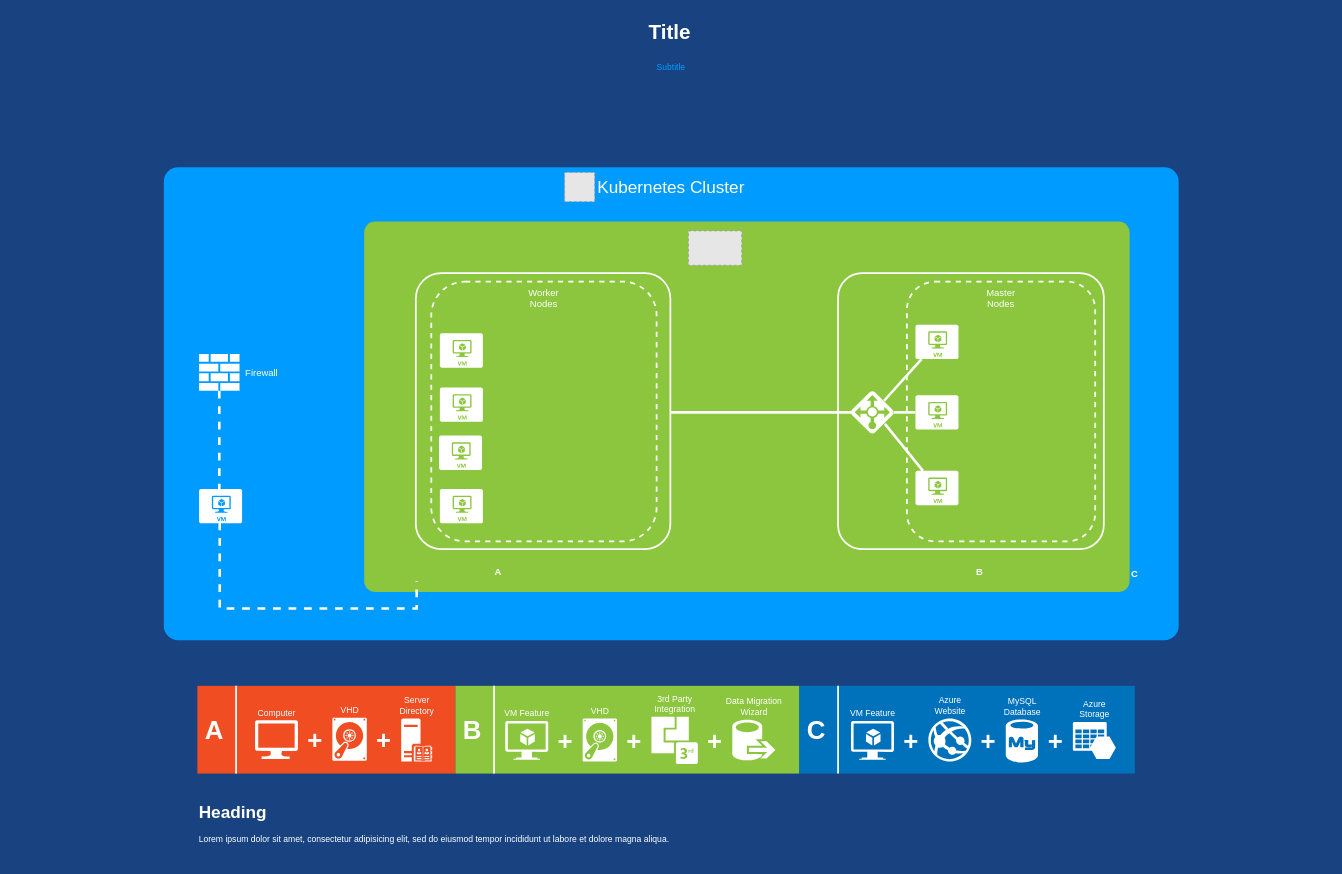
dionepcs/ghkskkdhsema keeps this draw.io diagram as Diagrama sem nome.drawio. Above is the earlier version. Source tidied: cells renumbered, new cells numbered last; positions are measured from the earlier drawing's top-left corner, leaving out a move shared by most shapes. Both pictures are drawn from the tidied source at 86%, with x=0, y=0 at pixel (15, 15). Pictures stored in the file or linked from it are replaced by grey dashed boxes.
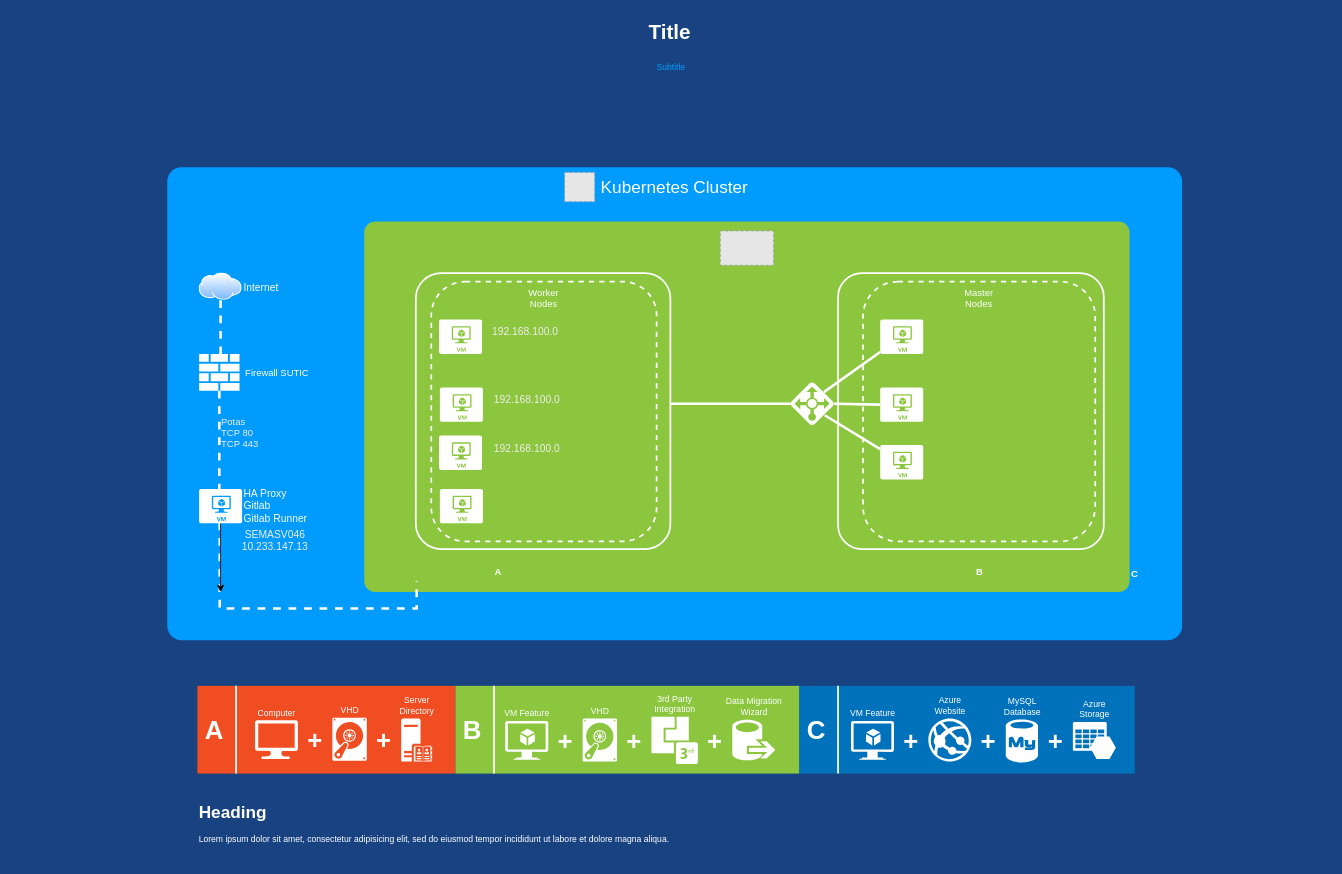
Above is the later version.

The change refers to these unchanged cells:
```xml
<mxCell id="14" style="edgeStyle=orthogonalEdgeStyle;html=1;startArrow=none;startFill=0;startSize=10;endArrow=none;endFill=0;endSize=10;strokeWidth=3;fontSize=11;fontColor=#FFFFFF;strokeColor=#FFFFFF;dashed=1;rounded=0;entryX=0.47;entryY=0.25;entryDx=0;entryDy=0;entryPerimeter=0;" parent="1" edge="1" source="15" target="51">
  <mxGeometry relative="1" as="geometry" />
</mxCell>
```

What changed in the source:
```diff
@@
     <mxCell id="2" value="Kubernetes Cluster" style="whiteSpace=wrap;html=1;rounded=1;shadow=0;strokeColor=none;strokeWidth=2;fillColor=#009BFF;fontSize=20;fontColor=#FFFFFF;align=center;arcSize=3;verticalAlign=top;spacingTop=4;" parent="1" vertex="1">
-      <mxGeometry x="173" y="177" width="1180" height="550" as="geometry" />
+      <mxGeometry x="177" y="177" width="1180" height="550" as="geometry" />
     </mxCell>
@@
     <mxCell id="6" value="&lt;span&gt;Master&lt;br&gt;Nodes&lt;br&gt;&lt;/span&gt;" style="rounded=1;whiteSpace=wrap;html=1;shadow=0;strokeWidth=2;fillColor=none;fontSize=11;fontColor=#FFFFFF;align=center;strokeColor=#FFFFFF;dashed=1;verticalAlign=top;" parent="1" vertex="1">
-      <mxGeometry x="1037" y="310" width="219" height="302" as="geometry" />
+      <mxGeometry x="986" y="310" width="270" height="302" as="geometry" />
     </mxCell>
@@
     <mxCell id="10" style="shadow=0;dashed=0;html=1;strokeColor=none;labelPosition=center;verticalLabelPosition=bottom;verticalAlign=top;shape=mxgraph.mscae.cloud.azure_load_balancer_feature;fillColor=#FFFFFF;rounded=1;fontSize=12;fontColor=#000000;align=center;" parent="1" vertex="1">
-      <mxGeometry x="972" y="437" width="50" height="50" as="geometry" />
+      <mxGeometry x="902" y="427" width="50" height="50" as="geometry" />
     </mxCell>
-    <mxCell id="11" style="verticalLabelPosition=bottom;html=1;verticalAlign=top;strokeColor=none;fillColor=#FFFFFF;shape=mxgraph.azure.virtual_machine;rounded=1;shadow=0;fontSize=12;fontColor=#000000;align=center;" parent="1" vertex="1">
-      <mxGeometry x="1047" y="360" width="50" height="40" as="geometry" />
+    <mxCell id="11" value="&lt;div style=&quot;&quot;&gt;&lt;br&gt;&lt;/div&gt;" style="verticalLabelPosition=bottom;html=1;verticalAlign=top;strokeColor=none;fillColor=#FFFFFF;shape=mxgraph.azure.virtual_machine;rounded=1;shadow=0;fontSize=12;fontColor=#000000;align=center;" parent="1" vertex="1">
+      <mxGeometry x="1006" y="354" width="50" height="40" as="geometry" />
     </mxCell>
     <mxCell id="12" style="verticalLabelPosition=bottom;html=1;verticalAlign=top;strokeColor=none;fillColor=#FFFFFF;shape=mxgraph.azure.virtual_machine;rounded=1;shadow=0;fontSize=12;fontColor=#000000;align=center;" parent="1" vertex="1">
-      <mxGeometry x="1047" y="442" width="50" height="40" as="geometry" />
+      <mxGeometry x="1006" y="433" width="50" height="40" as="geometry" />
     </mxCell>
     <mxCell id="13" style="verticalLabelPosition=bottom;html=1;verticalAlign=top;strokeColor=none;fillColor=#FFFFFF;shape=mxgraph.azure.virtual_machine;rounded=1;shadow=0;fontSize=12;fontColor=#000000;align=center;" parent="1" vertex="1">
-      <mxGeometry x="1047" y="530" width="50" height="40" as="geometry" />
+      <mxGeometry x="1006" y="500" width="50" height="40" as="geometry" />
     </mxCell>
@@
+    <mxCell id="60" value="Potas&lt;br&gt;TCP 80&lt;br&gt;TCP 443" style="edgeLabel;html=1;align=left;verticalAlign=middle;labelBackgroundColor=none;fontColor=#f3eded;labelPosition=right;verticalLabelPosition=middle;" parent="14" vertex="1">
+      <mxGeometry x="-0.23" relative="1" as="geometry" />
+    </mxCell>
-    <mxCell id="15" value="Firewall" style="shadow=0;dashed=0;html=1;strokeColor=none;labelPosition=right;verticalLabelPosition=middle;verticalAlign=middle;shape=mxgraph.office.concepts.firewall;fillColor=#FFFFFF;rounded=1;fontSize=11;fontColor=#FFFFFF;align=left;spacingLeft=5;" parent="1" vertex="1">
+    <mxCell id="15" value="Firewall SUTIC" style="shadow=0;dashed=0;html=1;strokeColor=none;labelPosition=right;verticalLabelPosition=middle;verticalAlign=middle;shape=mxgraph.office.concepts.firewall;fillColor=#FFFFFF;rounded=1;fontSize=11;fontColor=#FFFFFF;align=left;spacingLeft=5;" parent="1" vertex="1">
       <mxGeometry x="214" y="394" width="47" height="43" as="geometry" />
     </mxCell>
@@
+    <mxCell id="61" style="edgeStyle=orthogonalEdgeStyle;rounded=0;jettySize=auto;html=1;fontColor=#f3eded;" parent="1" edge="1" source="51">
+      <mxGeometry relative="1" as="geometry">
+        <mxPoint x="239" y="671" as="targetPoint" />
+      </mxGeometry>
+    </mxCell>
-    <mxCell id="51" style="verticalLabelPosition=bottom;html=1;verticalAlign=top;strokeColor=none;fillColor=#FFFFFF;shape=mxgraph.azure.virtual_machine;rounded=1;shadow=0;fontSize=12;fontColor=#000000;align=center;" parent="1" vertex="1">
+    <mxCell id="51" value="&lt;font color=&quot;#fcfcfc&quot;&gt;HA Proxy&lt;br&gt;Gitlab&lt;br&gt;Gitlab Runner&lt;br&gt;&lt;/font&gt;" style="verticalLabelPosition=middle;html=1;verticalAlign=middle;strokeColor=none;fillColor=#FFFFFF;shape=mxgraph.azure.virtual_machine;rounded=1;shadow=0;fontSize=12;fontColor=#000000;align=left;labelPosition=right;" parent="1" vertex="1">
       <mxGeometry x="214" y="551" width="50" height="40" as="geometry" />
     </mxCell>
@@
     <mxCell id="53" style="fillColor=#E6E6E6;strokeColor=#999999;dashed=1;verticalLabelPosition=bottom;labelBackgroundColor=#ffffff;verticalAlign=top;" parent="1" vertex="1">
-      <mxGeometry x="783" y="251" width="62" height="40" as="geometry" />
+      <mxGeometry x="820" y="251" width="62" height="40" as="geometry" />
     </mxCell>
@@
     <mxCell id="59" style="verticalLabelPosition=bottom;html=1;verticalAlign=top;strokeColor=none;fillColor=#FFFFFF;shape=mxgraph.azure.virtual_machine;rounded=1;shadow=0;fontSize=12;fontColor=#000000;align=center;" parent="1" vertex="1">
-      <mxGeometry x="494" y="370" width="50" height="40" as="geometry" />
+      <mxGeometry x="493" y="354" width="50" height="40" as="geometry" />
     </mxCell>
+    <mxCell id="62" value="Internet" style="perimeter=ellipsePerimeter;html=1;align=left;shadow=0;dashed=0;spacingTop=3;image;image=img/lib/active_directory/internet_cloud.svg;fontColor=#fcfcfc;labelPosition=right;verticalLabelPosition=middle;verticalAlign=middle;labelBackgroundColor=none;" parent="1" vertex="1">
+      <mxGeometry x="214" y="300" width="50" height="31.5" as="geometry" />
+    </mxCell>
+    <mxCell id="63" style="edgeStyle=orthogonalEdgeStyle;html=1;startArrow=none;startFill=0;startSize=10;endArrow=none;endFill=0;endSize=10;strokeWidth=3;fontSize=11;fontColor=#FFFFFF;strokeColor=#FFFFFF;dashed=1;rounded=0;entryX=0.532;entryY=0.047;entryDx=0;entryDy=0;entryPerimeter=0;exitX=0.5;exitY=1;exitDx=0;exitDy=0;" parent="1" edge="1" source="62" target="15">
+      <mxGeometry relative="1" as="geometry">
+        <Array as="points">
+          <mxPoint x="239" y="340" />
+          <mxPoint x="239" y="340" />
+        </Array>
+      </mxGeometry>
+    </mxCell>
+    <mxCell id="64" value="SEMASV046&lt;br&gt;10.233.147.13" style="text;html=1;align=center;verticalAlign=middle;strokeColor=none;fillColor=none;fontColor=#f3eded;" parent="1" vertex="1">
+      <mxGeometry x="252" y="591" width="100" height="40" as="geometry" />
+    </mxCell>
+    <mxCell id="65" value="192.168.100.0" style="text;html=1;align=center;verticalAlign=middle;strokeColor=none;fillColor=none;fontColor=#f3eded;" parent="1" vertex="1">
+      <mxGeometry x="543" y="354" width="100" height="30" as="geometry" />
+    </mxCell>
+    <mxCell id="66" value="192.168.100.0" style="text;html=1;align=center;verticalAlign=middle;strokeColor=none;fillColor=none;fontColor=#f3eded;" parent="1" vertex="1">
+      <mxGeometry x="545" y="433" width="100" height="30" as="geometry" />
+    </mxCell>
+    <mxCell id="67" value="192.168.100.0" style="text;html=1;align=center;verticalAlign=middle;strokeColor=none;fillColor=none;fontColor=#f3eded;" parent="1" vertex="1">
+      <mxGeometry x="545" y="489" width="100" height="30" as="geometry" />
+    </mxCell>
```
